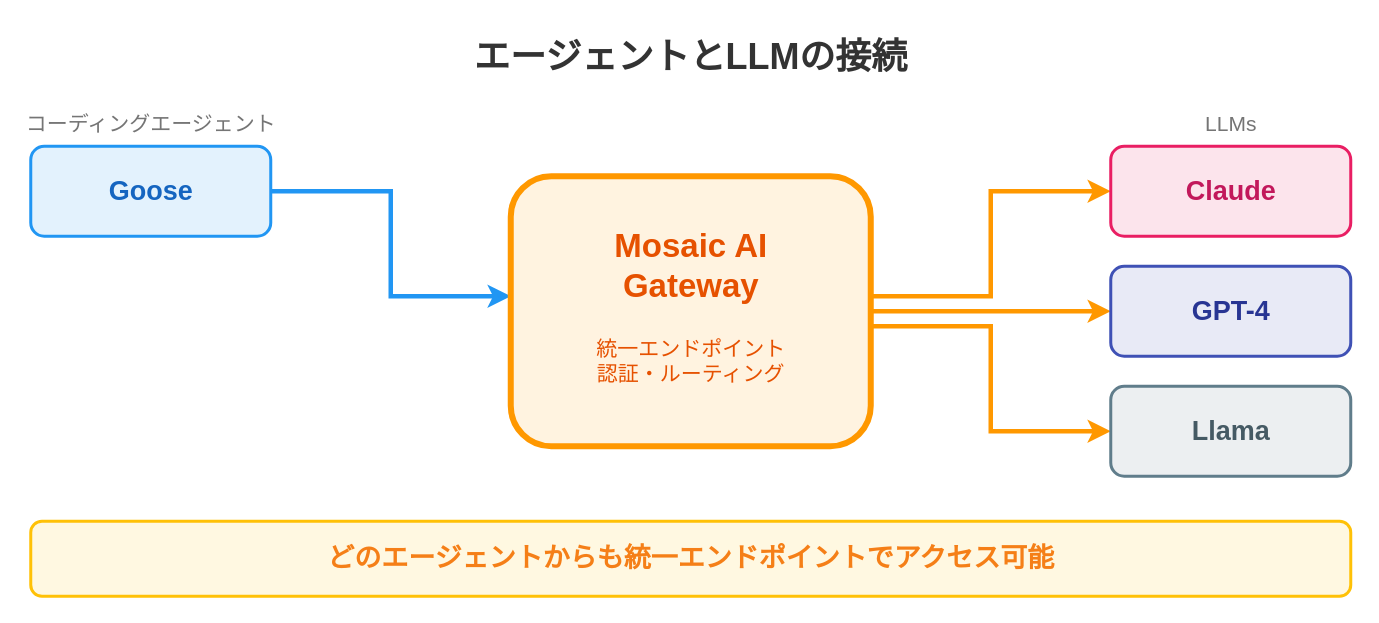
Above: assets/2026-01-27-jedai-ai-gateway/agent-connection.drawio in i9wa4/i9wa4.github.io (draw.io), before the change. Source tidied: cells renumbered, new cells numbered last; positions are measured from the earlier drawing's top-left corner, leaving out a move shared by most shapes. Both pictures are drawn from the tidied source at 150%, with x=0, y=0 at pixel (30, 26).
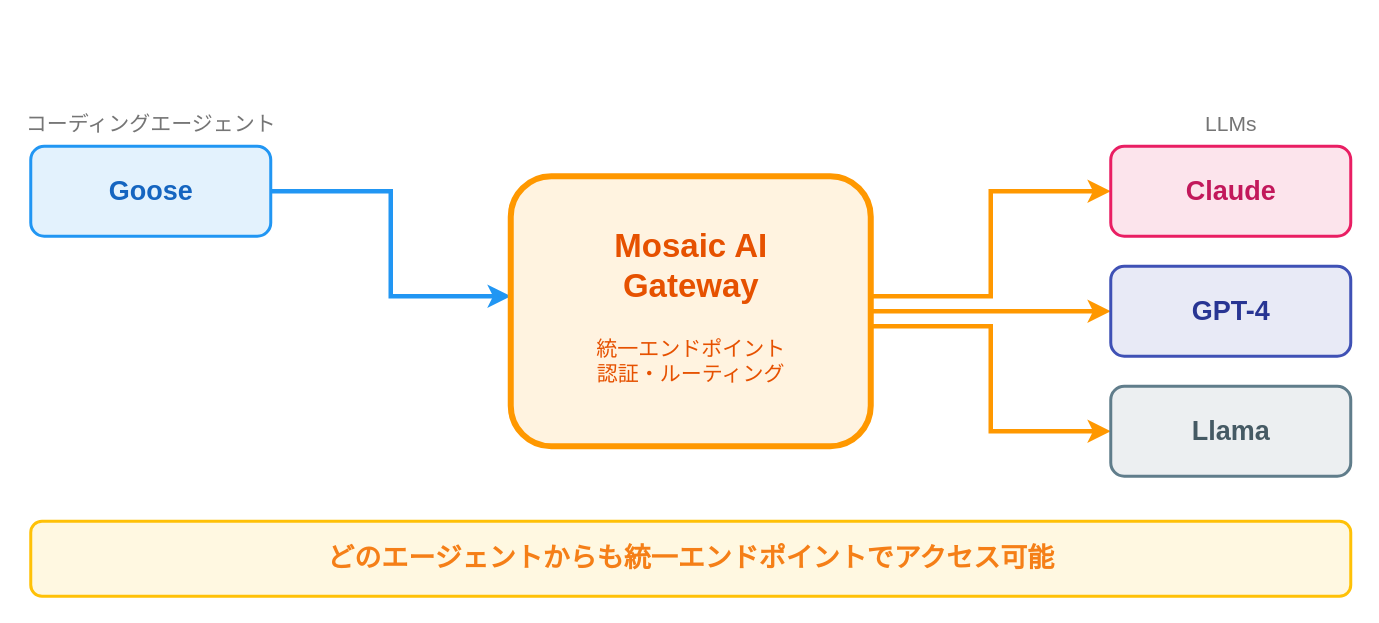
The same diagram, later.

What changed in the source:
```diff
@@
-    <mxCell id="2" value="エージェントとLLMの接続" style="text;html=1;fontSize=24;fontFamily=Noto Sans JP;fontStyle=1;fontColor=#333333;align=center;" parent="1" vertex="1">
-      <mxGeometry x="240" width="400" height="40" as="geometry" />
-    </mxCell>
```
